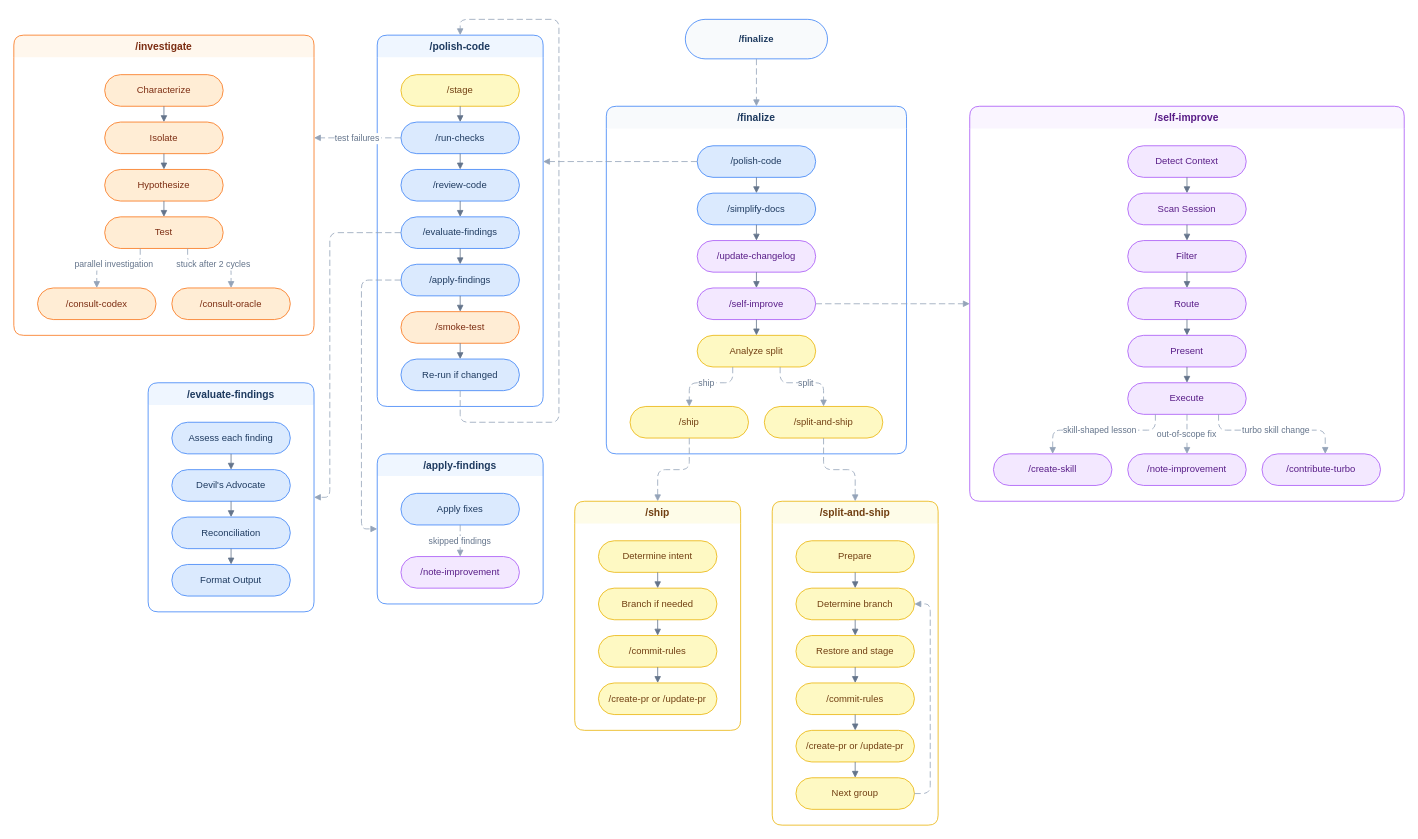
Earlier version of the draw.io diagram assets/how-finalize-connects.drawio (tobihagemann/turbo). Source tidied: cells renumbered, new cells numbered last; positions are measured from the earlier drawing's top-left corner, leaving out a move shared by most shapes. Both pictures are drawn from the tidied source at 79%, with x=0, y=0 at pixel (13, 19).
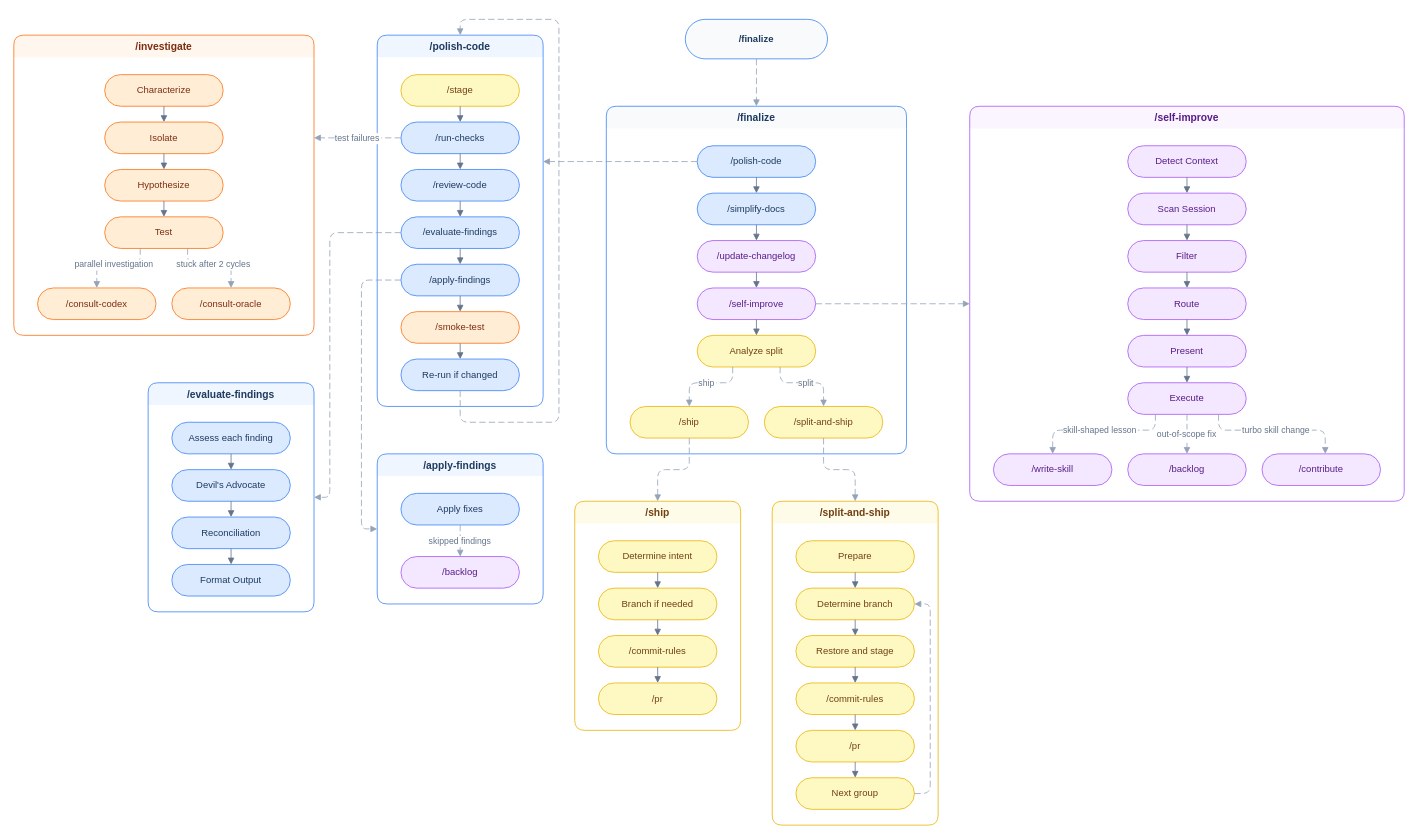
The same page after the edit.

The change refers to these unchanged cells:
```xml
<mxCell id="33" value="/self-improve" style="swimlane;startSize=28;rounded=1;fillColor=#faf5ff;strokeColor=#a855f7;fontColor=#581c87;fontStyle=1;fontSize=13;swimlaneLine=0;" parent="1" vertex="1">
  <mxGeometry x="1210" y="110" width="550" height="500" as="geometry" />
</mxCell>
<mxCell id="59" value="/apply-findings" style="swimlane;startSize=28;rounded=1;fillColor=#eff6ff;strokeColor=#3b82f6;fontColor=#1e3a5f;fontStyle=1;fontSize=13;swimlaneLine=0;" parent="1" vertex="1">
  <mxGeometry x="460" y="550" width="210" height="190" as="geometry" />
</mxCell>
<mxCell id="75" value="/ship" style="swimlane;startSize=28;rounded=1;fillColor=#fefce8;strokeColor=#eab308;fontColor=#713f12;fontStyle=1;fontSize=13;swimlaneLine=0;" parent="1" vertex="1">
  <mxGeometry x="710" y="610" width="210" height="290" as="geometry" />
</mxCell>
<mxCell id="83" value="/split-and-ship" style="swimlane;startSize=28;rounded=1;fillColor=#fefce8;strokeColor=#eab308;fontColor=#713f12;fontStyle=1;fontSize=13;swimlaneLine=0;" parent="1" vertex="1">
  <mxGeometry x="960" y="610" width="210" height="410" as="geometry" />
</mxCell>
```

What changed in the source:
```diff
@@
-    <mxCell id="45" value="/note-improvement" style="rounded=1;whiteSpace=wrap;html=1;arcSize=50;fillColor=#f3e8ff;strokeColor=#a855f7;fontColor=#581c87;fontSize=12;" parent="33" vertex="1">
+    <mxCell id="45" value="/backlog" style="rounded=1;whiteSpace=wrap;html=1;arcSize=50;fillColor=#f3e8ff;strokeColor=#a855f7;fontColor=#581c87;fontSize=12;" parent="33" vertex="1">
       <mxGeometry x="200" y="440" width="150" height="40" as="geometry" />
     </mxCell>
@@
-    <mxCell id="47" value="/create-skill" style="rounded=1;whiteSpace=wrap;html=1;arcSize=50;fillColor=#f3e8ff;strokeColor=#a855f7;fontColor=#581c87;fontSize=12;" parent="33" vertex="1">
+    <mxCell id="47" value="/write-skill" style="rounded=1;whiteSpace=wrap;html=1;arcSize=50;fillColor=#f3e8ff;strokeColor=#a855f7;fontColor=#581c87;fontSize=12;" parent="33" vertex="1">
       <mxGeometry x="30" y="440" width="150" height="40" as="geometry" />
     </mxCell>
@@
-    <mxCell id="49" value="/contribute-turbo" style="rounded=1;whiteSpace=wrap;html=1;arcSize=50;fillColor=#f3e8ff;strokeColor=#a855f7;fontColor=#581c87;fontSize=12;" parent="33" vertex="1">
+    <mxCell id="49" value="/contribute" style="rounded=1;whiteSpace=wrap;html=1;arcSize=50;fillColor=#f3e8ff;strokeColor=#a855f7;fontColor=#581c87;fontSize=12;" parent="33" vertex="1">
       <mxGeometry x="370" y="440" width="150" height="40" as="geometry" />
     </mxCell>
@@
-    <mxCell id="61" value="/note-improvement" style="rounded=1;whiteSpace=wrap;html=1;arcSize=50;fillColor=#f3e8ff;strokeColor=#a855f7;fontColor=#581c87;fontSize=12;" parent="59" vertex="1">
+    <mxCell id="61" value="/backlog" style="rounded=1;whiteSpace=wrap;html=1;arcSize=50;fillColor=#f3e8ff;strokeColor=#a855f7;fontColor=#581c87;fontSize=12;" parent="59" vertex="1">
       <mxGeometry x="30" y="130" width="150" height="40" as="geometry" />
     </mxCell>
@@
-    <mxCell id="79" value="/create-pr or /update-pr" style="rounded=1;whiteSpace=wrap;html=1;arcSize=50;fillColor=#fef9c3;strokeColor=#eab308;fontColor=#713f12;fontSize=12;" parent="75" vertex="1">
+    <mxCell id="79" value="/pr" style="rounded=1;whiteSpace=wrap;html=1;arcSize=50;fillColor=#fef9c3;strokeColor=#eab308;fontColor=#713f12;fontSize=12;" parent="75" vertex="1">
       <mxGeometry x="30" y="230" width="150" height="40" as="geometry" />
     </mxCell>
@@
-    <mxCell id="88" value="/create-pr or /update-pr" style="rounded=1;whiteSpace=wrap;html=1;arcSize=50;fillColor=#fef9c3;strokeColor=#eab308;fontColor=#713f12;fontSize=12;" parent="83" vertex="1">
+    <mxCell id="88" value="/pr" style="rounded=1;whiteSpace=wrap;html=1;arcSize=50;fillColor=#fef9c3;strokeColor=#eab308;fontColor=#713f12;fontSize=12;" parent="83" vertex="1">
       <mxGeometry x="30" y="290" width="150" height="40" as="geometry" />
     </mxCell>
```
